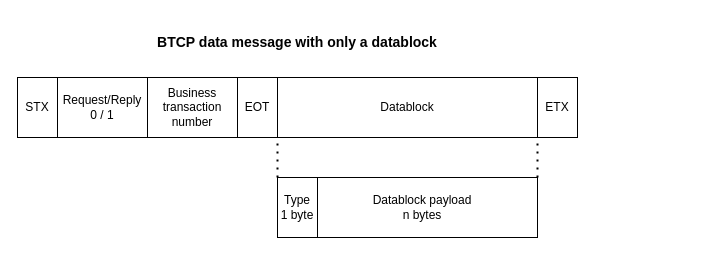
The draw.io diagram images/BTCP.drawio in Bodoconsult/Bodoconsult.NetworkCommunication, before the edit. Source tidied: cells renumbered, new cells numbered last; positions are measured from the earlier drawing's top-left corner, leaving out a move shared by most shapes. Both pictures are drawn from the tidied source at 100%, with x=0, y=0 at pixel (17, 17).
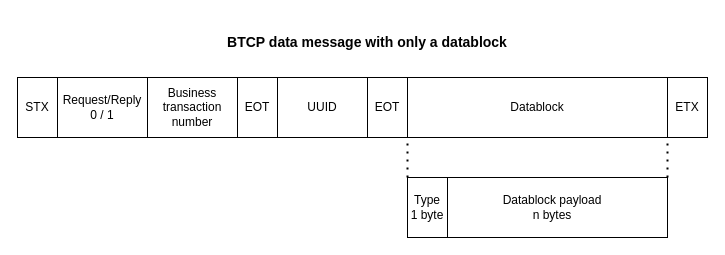
The same diagram, later.

Change to the diagram source:
```diff
@@
 <mxGraphModel>
   <root>
     <mxCell id="0" />
     <mxCell id="1" parent="0" />
     <mxCell id="2" value="STX" style="rounded=0;whiteSpace=wrap;html=1;" parent="1" vertex="1">
       <mxGeometry y="60" width="40" height="60" as="geometry" />
     </mxCell>
     <mxCell id="3" value="ETX" style="rounded=0;whiteSpace=wrap;html=1;" parent="1" vertex="1">
-      <mxGeometry x="520" y="60" width="40" height="60" as="geometry" />
+      <mxGeometry x="650" y="60" width="40" height="60" as="geometry" />
     </mxCell>
     <mxCell id="4" value="Datablock" style="rounded=0;whiteSpace=wrap;html=1;" parent="1" vertex="1">
-      <mxGeometry x="260" y="60" width="260" height="60" as="geometry" />
+      <mxGeometry x="390" y="60" width="260" height="60" as="geometry" />
     </mxCell>
     <mxCell id="5" value="BTCP data message with only a datablock" style="text;html=1;align=center;verticalAlign=middle;whiteSpace=wrap;rounded=0;fontSize=14;fontStyle=1;" parent="1" vertex="1">
-      <mxGeometry width="560" height="50" as="geometry" />
+      <mxGeometry x="70" width="560" height="50" as="geometry" />
     </mxCell>
     <mxCell id="6" value="Datablock payload&lt;div&gt;n bytes&lt;/div&gt;" style="rounded=0;whiteSpace=wrap;html=1;" parent="1" vertex="1">
-      <mxGeometry x="290" y="160" width="230" height="60" as="geometry" />
+      <mxGeometry x="420" y="160" width="230" height="60" as="geometry" />
     </mxCell>
     <mxCell id="7" value="Type&lt;div&gt;1 byte&lt;/div&gt;" style="rounded=0;whiteSpace=wrap;html=1;" parent="1" vertex="1">
-      <mxGeometry x="260" y="160" width="40" height="60" as="geometry" />
+      <mxGeometry x="390" y="160" width="40" height="60" as="geometry" />
     </mxCell>
     <mxCell id="8" style="endArrow=none;dashed=1;html=1;dashPattern=1 3;strokeWidth=2;rounded=0;entryX=0;entryY=1;entryDx=0;entryDy=0;exitX=0;exitY=0;exitDx=0;exitDy=0;" parent="1" edge="1" source="7" target="4">
       <mxGeometry relative="1" as="geometry" />
     </mxCell>
     <mxCell id="9" style="endArrow=none;dashed=1;html=1;dashPattern=1 3;strokeWidth=2;rounded=0;entryX=0;entryY=1;entryDx=0;entryDy=0;exitX=0;exitY=0;exitDx=0;exitDy=0;" parent="1" edge="1">
       <mxGeometry relative="1" as="geometry">
-        <mxPoint x="520" y="160" as="sourcePoint" />
-        <mxPoint x="520" y="120" as="targetPoint" />
+        <mxPoint x="650" y="160" as="sourcePoint" />
+        <mxPoint x="650" y="120" as="targetPoint" />
       </mxGeometry>
     </mxCell>
     <mxCell id="10" value="Request/Reply&lt;div&gt;0 / 1&lt;/div&gt;" style="rounded=0;whiteSpace=wrap;html=1;" parent="1" vertex="1">
       <mxGeometry x="40" y="60" width="90" height="60" as="geometry" />
     </mxCell>
     <mxCell id="11" value="EOT" style="rounded=0;whiteSpace=wrap;html=1;" parent="1" vertex="1">
       <mxGeometry x="220" y="60" width="40" height="60" as="geometry" />
     </mxCell>
     <mxCell id="12" value="Business transaction&lt;div&gt;number&lt;/div&gt;" style="rounded=0;whiteSpace=wrap;html=1;" parent="1" vertex="1">
       <mxGeometry x="130" y="60" width="90" height="60" as="geometry" />
     </mxCell>
+    <mxCell id="13" value="UUID" style="rounded=0;whiteSpace=wrap;html=1;" parent="1" vertex="1">
+      <mxGeometry x="260" y="60" width="90" height="60" as="geometry" />
+    </mxCell>
+    <mxCell id="14" value="EOT" style="rounded=0;whiteSpace=wrap;html=1;" parent="1" vertex="1">
+      <mxGeometry x="350" y="60" width="40" height="60" as="geometry" />
+    </mxCell>
   </root>
 </mxGraphModel>
```
